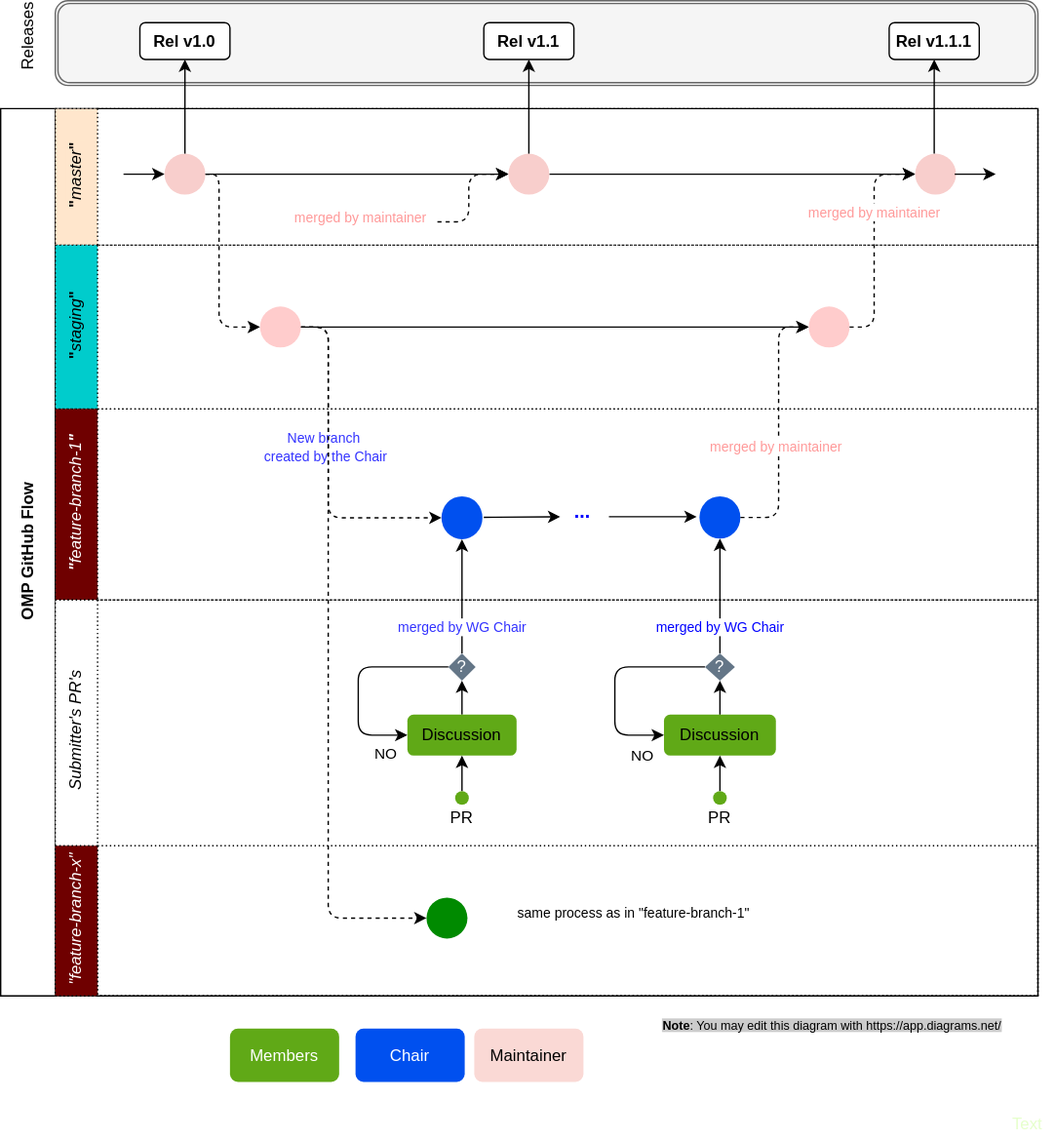
Before: images/omp-git-flow.svg, a diagram exported from draw.io (pawanpurbey/rules_of_engagement). Source tidied: cells renumbered, new cells last; positions are measured from the earlier drawing's top-left corner, leaving out a move shared by most shapes.
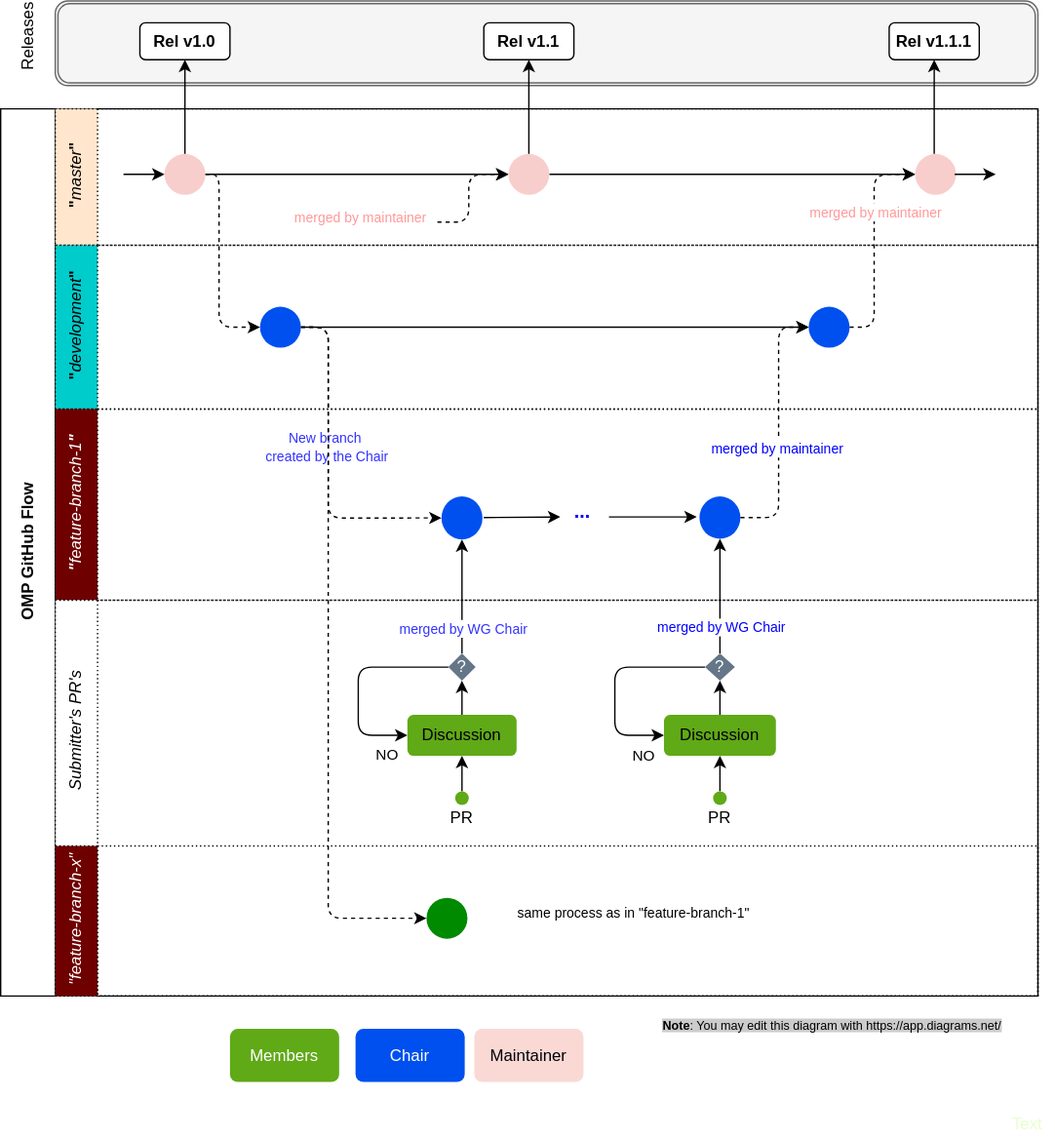
The same file after the commit.

Commit message:
change staging to development

The edit, as a diff of the source:
```diff
@@ -71,16 +71,16 @@
     <mxCell id="18" value="&lt;font style=&quot;font-size: 10px&quot;&gt;merged by maintainer&lt;/font&gt;" style="text;html=1;strokeColor=none;fillColor=none;align=center;verticalAlign=middle;whiteSpace=wrap;rounded=0;fontColor=#FF9999;" parent="9" vertex="1">
       <mxGeometry x="174" y="70" width="100" height="20" as="geometry" />
     </mxCell>
-    <mxCell id="19" value="&lt;font color=&quot;#000000&quot;&gt;&quot;&lt;i style=&quot;font-weight: normal&quot;&gt;staging&lt;/i&gt;&quot;&lt;/font&gt;" style="swimlane;html=1;startSize=31;horizontal=0;fillColor=#00CCCC;strokeColor=#000000;fontColor=#ffffff;dashed=1;dashPattern=1 2;" parent="8" vertex="1">
+    <mxCell id="19" value="&lt;font color=&quot;#000000&quot;&gt;&quot;&lt;span style=&quot;font-weight: 400&quot;&gt;&lt;i&gt;development&lt;/i&gt;&lt;/span&gt;&quot;&lt;/font&gt;" style="swimlane;html=1;startSize=31;horizontal=0;fillColor=#00CCCC;strokeColor=#000000;fontColor=#ffffff;dashed=1;dashPattern=1 2;" parent="8" vertex="1">
       <mxGeometry x="40" y="100" width="720" height="120" as="geometry" />
     </mxCell>
     <mxCell id="20" style="edgeStyle=orthogonalEdgeStyle;rounded=0;jettySize=auto;html=1;fontColor=#E6FFCC;entryX=0;entryY=0.5;entryDx=0;entryDy=0;fillColor=#fa6800;strokeColor=#000000;" parent="19" edge="1" source="21" target="22">
       <mxGeometry relative="1" as="geometry" />
     </mxCell>
-    <mxCell id="21" style="ellipse;whiteSpace=wrap;html=1;fillColor=#FFCCCC;strokeColor=none;" parent="19" vertex="1">
+    <mxCell id="21" style="ellipse;whiteSpace=wrap;html=1;fillColor=#0050EF;strokeColor=none;" parent="19" vertex="1">
       <mxGeometry x="150" y="45" width="30" height="30" as="geometry" />
     </mxCell>
-    <mxCell id="22" style="ellipse;whiteSpace=wrap;html=1;fillColor=#ffcccc;strokeColor=none;" parent="19" vertex="1">
+    <mxCell id="22" style="ellipse;whiteSpace=wrap;html=1;fillColor=#0050EF;strokeColor=none;" parent="19" vertex="1">
       <mxGeometry x="552" y="45" width="30" height="30" as="geometry" />
     </mxCell>
     <mxCell id="23" value="&lt;i&gt;&quot;&lt;span style=&quot;font-weight: normal&quot;&gt;feature-branch-1&lt;/span&gt;&quot;&lt;/i&gt;" style="swimlane;html=1;startSize=31;horizontal=0;fillColor=#6F0000;strokeColor=#000000;fontColor=#ffffff;dashed=1;dashPattern=1 2;" parent="8" vertex="1">
@@ -122,7 +122,7 @@
         </Array>
       </mxGeometry>
     </mxCell>
-    <mxCell id="31" value="&lt;font style=&quot;font-size: 10px&quot;&gt;merged by maintainer&lt;/font&gt;" style="edgeLabel;html=1;align=center;verticalAlign=middle;fontColor=#FF9999;" parent="30" vertex="1">
+    <mxCell id="31" value="&lt;font style=&quot;font-size: 10px&quot; color=&quot;#0000ff&quot;&gt;merged by maintainer&lt;/font&gt;" style="edgeLabel;html=1;align=center;verticalAlign=middle;fontColor=#FF9999;" parent="30" vertex="1">
       <mxGeometry x="-0.04" y="-1" relative="1" as="geometry">
         <mxPoint x="-3" y="11.7" as="offset" />
       </mxGeometry>
```
